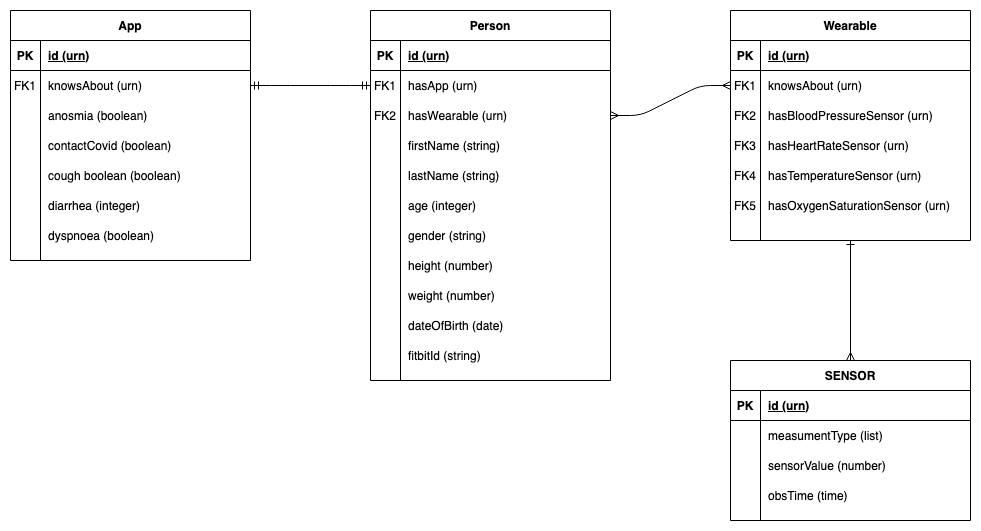
Earlier version of the draw.io export 3rdVersion/DataModelSMACovid19.png (rui-vp-fernandes/SMACovid). Source tidied: cells renumbered, new cells last; positions are measured from the earlier drawing's top-left corner, leaving out a move shared by most shapes.
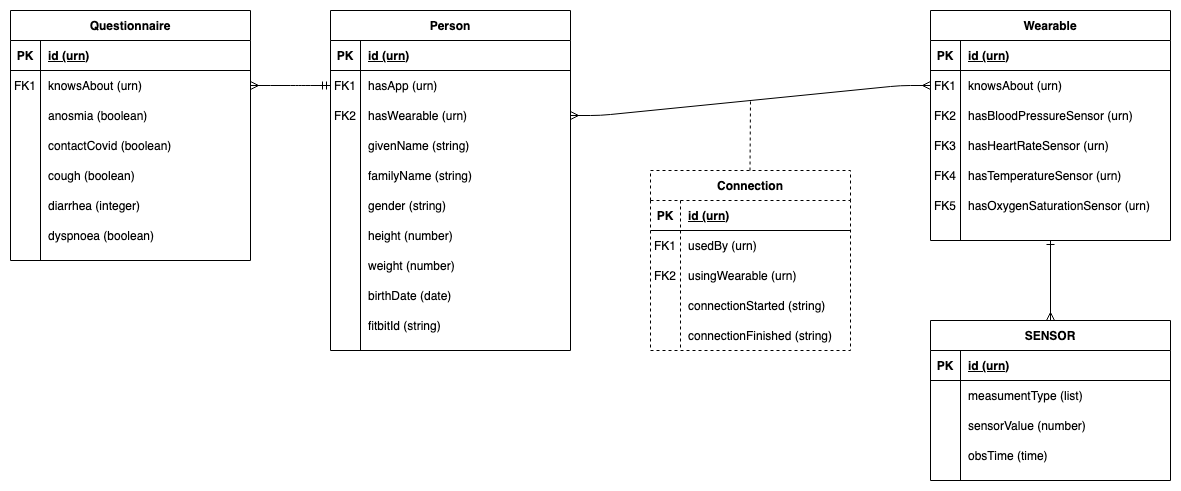
The same diagram one commit later.

Change to the diagram source:
```diff
@@ -2,11 +2,11 @@
   <root>
     <mxCell id="0" />
     <mxCell id="1" parent="0" />
-    <mxCell id="2" style="edgeStyle=entityRelationEdgeStyle;endArrow=ERmandOne;startArrow=ERmandOne;endFill=0;startFill=0;" parent="1" edge="1" source="60" target="7">
+    <mxCell id="2" style="edgeStyle=entityRelationEdgeStyle;endArrow=ERmandOne;startArrow=ERmany;endFill=0;startFill=0;" parent="1" edge="1" source="60" target="7">
       <mxGeometry relative="1" as="geometry" />
     </mxCell>
     <mxCell id="3" value="Person" style="shape=table;startSize=30;rowLines=0;fontStyle=1;align=center;" parent="1" vertex="1">
-      <mxGeometry x="360" width="240" height="370" as="geometry" />
+      <mxGeometry x="200" width="240" height="340" as="geometry" />
     </mxCell>
     <mxCell id="4" style="shape=partialRectangle;fillColor=none;top=0;left=0;right=0;bottom=1;" parent="3" vertex="1">
       <mxGeometry y="30" width="240" height="30" as="geometry" />
@@ -41,7 +41,7 @@
     <mxCell id="14" style="shape=partialRectangle;overflow=hidden;fillColor=none;top=0;left=0;bottom=0;right=0;" parent="13" vertex="1">
       <mxGeometry width="30" height="30" as="geometry" />
     </mxCell>
-    <mxCell id="15" value="firstName (string)" style="shape=partialRectangle;overflow=hidden;fillColor=none;top=0;left=0;bottom=0;right=0;align=left;spacingLeft=6;" parent="13" vertex="1">
+    <mxCell id="15" value="givenName (string)" style="shape=partialRectangle;overflow=hidden;fillColor=none;top=0;left=0;bottom=0;right=0;align=left;spacingLeft=6;" parent="13" vertex="1">
       <mxGeometry x="30" width="210" height="30" as="geometry" />
     </mxCell>
     <mxCell id="16" style="shape=partialRectangle;fillColor=none;top=0;left=0;right=0;bottom=0;" parent="3" vertex="1">
@@ -50,20 +50,11 @@
     <mxCell id="17" style="shape=partialRectangle;overflow=hidden;fillColor=none;top=0;left=0;bottom=0;right=0;" parent="16" vertex="1">
       <mxGeometry width="30" height="30" as="geometry" />
     </mxCell>
-    <mxCell id="18" value="lastName (string)" style="shape=partialRectangle;overflow=hidden;fillColor=none;top=0;left=0;bottom=0;right=0;align=left;spacingLeft=6;" parent="16" vertex="1">
+    <mxCell id="18" value="familyName (string)" style="shape=partialRectangle;overflow=hidden;fillColor=none;top=0;left=0;bottom=0;right=0;align=left;spacingLeft=6;" parent="16" vertex="1">
       <mxGeometry x="30" width="210" height="30" as="geometry" />
     </mxCell>
-    <mxCell id="19" style="shape=partialRectangle;fillColor=none;top=0;left=0;right=0;bottom=0;" parent="3" vertex="1">
-      <mxGeometry y="180" width="240" height="30" as="geometry" />
-    </mxCell>
-    <mxCell id="20" style="shape=partialRectangle;overflow=hidden;fillColor=none;top=0;left=0;bottom=0;right=0;" parent="19" vertex="1">
-      <mxGeometry width="30" height="30" as="geometry" />
-    </mxCell>
-    <mxCell id="21" value="age (integer)" style="shape=partialRectangle;overflow=hidden;fillColor=none;top=0;left=0;bottom=0;right=0;align=left;spacingLeft=6;" parent="19" vertex="1">
-      <mxGeometry x="30" width="210" height="30" as="geometry" />
-    </mxCell>
     <mxCell id="22" style="shape=partialRectangle;fillColor=none;top=0;left=0;right=0;bottom=0;" parent="3" vertex="1">
-      <mxGeometry y="210" width="240" height="30" as="geometry" />
+      <mxGeometry y="180" width="240" height="30" as="geometry" />
     </mxCell>
     <mxCell id="23" style="shape=partialRectangle;overflow=hidden;fillColor=none;top=0;left=0;bottom=0;right=0;" parent="22" vertex="1">
       <mxGeometry width="30" height="30" as="geometry" />
@@ -72,7 +63,7 @@
       <mxGeometry x="30" width="210" height="30" as="geometry" />
     </mxCell>
     <mxCell id="25" style="shape=partialRectangle;fillColor=none;top=0;left=0;right=0;bottom=0;" parent="3" vertex="1">
-      <mxGeometry y="240" width="240" height="30" as="geometry" />
+      <mxGeometry y="210" width="240" height="30" as="geometry" />
     </mxCell>
     <mxCell id="26" style="shape=partialRectangle;overflow=hidden;fillColor=none;top=0;left=0;bottom=0;right=0;" parent="25" vertex="1">
       <mxGeometry width="30" height="30" as="geometry" />
@@ -81,7 +72,7 @@
       <mxGeometry x="30" width="210" height="30" as="geometry" />
     </mxCell>
     <mxCell id="28" style="shape=partialRectangle;fillColor=none;top=0;left=0;right=0;bottom=0;" parent="3" vertex="1">
-      <mxGeometry y="270" width="240" height="30" as="geometry" />
+      <mxGeometry y="240" width="240" height="30" as="geometry" />
     </mxCell>
     <mxCell id="29" style="shape=partialRectangle;overflow=hidden;fillColor=none;top=0;left=0;bottom=0;right=0;" parent="28" vertex="1">
       <mxGeometry width="30" height="30" as="geometry" />
@@ -90,16 +81,16 @@
       <mxGeometry x="30" width="210" height="30" as="geometry" />
     </mxCell>
     <mxCell id="31" style="shape=partialRectangle;fillColor=none;top=0;left=0;right=0;bottom=0;" parent="3" vertex="1">
-      <mxGeometry y="300" width="240" height="30" as="geometry" />
+      <mxGeometry y="270" width="240" height="30" as="geometry" />
     </mxCell>
     <mxCell id="32" style="shape=partialRectangle;overflow=hidden;fillColor=none;top=0;left=0;bottom=0;right=0;" parent="31" vertex="1">
       <mxGeometry width="30" height="30" as="geometry" />
     </mxCell>
-    <mxCell id="33" value="dateOfBirth (date)" style="shape=partialRectangle;overflow=hidden;fillColor=none;top=0;left=0;bottom=0;right=0;align=left;spacingLeft=6;" parent="31" vertex="1">
+    <mxCell id="33" value="birthDate (date)" style="shape=partialRectangle;overflow=hidden;fillColor=none;top=0;left=0;bottom=0;right=0;align=left;spacingLeft=6;" parent="31" vertex="1">
       <mxGeometry x="30" width="210" height="30" as="geometry" />
     </mxCell>
     <mxCell id="34" style="shape=partialRectangle;fillColor=none;top=0;left=0;right=0;bottom=0;" parent="3" vertex="1">
-      <mxGeometry y="330" width="240" height="30" as="geometry" />
+      <mxGeometry y="300" width="240" height="30" as="geometry" />
     </mxCell>
     <mxCell id="35" style="shape=partialRectangle;overflow=hidden;fillColor=none;top=0;left=0;bottom=0;right=0;" parent="34" vertex="1">
       <mxGeometry width="30" height="30" as="geometry" />
@@ -108,7 +99,7 @@
       <mxGeometry x="30" width="210" height="30" as="geometry" />
     </mxCell>
     <mxCell id="37" value="Wearable" style="shape=table;startSize=30;rowLines=0;fontStyle=1;align=center;" parent="1" vertex="1">
-      <mxGeometry x="720" width="240" height="230" as="geometry" />
+      <mxGeometry x="800" width="240" height="230" as="geometry" />
     </mxCell>
     <mxCell id="38" style="shape=partialRectangle;fillColor=none;top=0;left=0;right=0;bottom=1;" parent="37" vertex="1">
       <mxGeometry y="30" width="240" height="30" as="geometry" />
@@ -164,8 +155,8 @@
     <mxCell id="55" value="hasOxygenSaturationSensor (urn)" style="shape=partialRectangle;overflow=hidden;fillColor=none;top=0;left=0;bottom=0;right=0;align=left;spacingLeft=6;" parent="53" vertex="1">
       <mxGeometry x="30" width="210" height="30" as="geometry" />
     </mxCell>
-    <mxCell id="56" value="App" style="shape=table;startSize=30;rowLines=0;fontStyle=1;align=center;" parent="1" vertex="1">
-      <mxGeometry width="240" height="250" as="geometry" />
+    <mxCell id="56" value="Questionnaire" style="shape=table;startSize=30;rowLines=0;fontStyle=1;align=center;" parent="1" vertex="1">
+      <mxGeometry x="-120" width="240" height="250" as="geometry" />
     </mxCell>
     <mxCell id="57" style="shape=partialRectangle;fillColor=none;top=0;left=0;right=0;bottom=1;" parent="56" vertex="1">
       <mxGeometry y="30" width="240" height="30" as="geometry" />
@@ -209,7 +200,7 @@
     <mxCell id="70" style="shape=partialRectangle;overflow=hidden;fillColor=none;top=0;left=0;bottom=0;right=0;" parent="69" vertex="1">
       <mxGeometry width="30" height="30" as="geometry" />
     </mxCell>
-    <mxCell id="71" value="cough boolean (boolean)" style="shape=partialRectangle;overflow=hidden;fillColor=none;top=0;left=0;bottom=0;right=0;align=left;spacingLeft=6;" parent="69" vertex="1">
+    <mxCell id="71" value="cough (boolean)" style="shape=partialRectangle;overflow=hidden;fillColor=none;top=0;left=0;bottom=0;right=0;align=left;spacingLeft=6;" parent="69" vertex="1">
       <mxGeometry x="30" width="210" height="30" as="geometry" />
     </mxCell>
     <mxCell id="72" style="shape=partialRectangle;fillColor=none;top=0;left=0;right=0;bottom=0;" parent="56" vertex="1">
@@ -231,7 +222,7 @@
       <mxGeometry x="30" width="210" height="30" as="geometry" />
     </mxCell>
     <mxCell id="78" value="SENSOR" style="shape=table;startSize=30;rowLines=0;fontStyle=1;align=center;" parent="1" vertex="1">
-      <mxGeometry x="720" y="350" width="240" height="160" as="geometry" />
+      <mxGeometry x="800" y="310" width="240" height="160" as="geometry" />
     </mxCell>
     <mxCell id="79" style="shape=partialRectangle;fillColor=none;top=0;left=0;right=0;bottom=1;" parent="78" vertex="1">
       <mxGeometry y="30" width="240" height="30" as="geometry" />
@@ -275,5 +266,59 @@
     <mxCell id="92" style="endArrow=ERone;html=1;entryX=0.5;entryY=1;entryDx=0;entryDy=0;exitX=0.5;exitY=0;exitDx=0;exitDy=0;startArrow=ERmany;startFill=0;endFill=0;" parent="1" edge="1" source="78" target="37">
       <mxGeometry relative="1" as="geometry" />
     </mxCell>
+    <mxCell id="93" value="Connection" style="shape=table;startSize=30;rowLines=0;fontStyle=1;align=center;dashed=1;" parent="1" vertex="1">
+      <mxGeometry x="520" y="160" width="200" height="180" as="geometry" />
+    </mxCell>
+    <mxCell id="94" style="shape=partialRectangle;fillColor=none;top=0;left=0;right=0;bottom=1;" parent="93" vertex="1">
+      <mxGeometry y="30" width="200" height="30" as="geometry" />
+    </mxCell>
+    <mxCell id="95" value="PK" style="shape=partialRectangle;overflow=hidden;fillColor=none;top=0;left=0;bottom=0;right=0;fontStyle=1;" parent="94" vertex="1">
+      <mxGeometry width="30" height="30" as="geometry" />
+    </mxCell>
+    <mxCell id="96" value="id (urn)" style="shape=partialRectangle;overflow=hidden;fillColor=none;top=0;left=0;bottom=0;right=0;align=left;spacingLeft=6;fontStyle=5;" parent="94" vertex="1">
+      <mxGeometry x="30" width="170" height="30" as="geometry" />
+    </mxCell>
+    <mxCell id="97" style="shape=partialRectangle;fillColor=none;top=0;left=0;right=0;bottom=0;" parent="93" vertex="1">
+      <mxGeometry y="60" width="200" height="30" as="geometry" />
+    </mxCell>
+    <mxCell id="98" value="FK1" style="shape=partialRectangle;overflow=hidden;fillColor=none;top=0;left=0;bottom=0;right=0;" parent="97" vertex="1">
+      <mxGeometry width="30" height="30" as="geometry" />
+    </mxCell>
+    <mxCell id="99" value="usedBy (urn)" style="shape=partialRectangle;overflow=hidden;fillColor=none;top=0;left=0;bottom=0;right=0;align=left;spacingLeft=6;" parent="97" vertex="1">
+      <mxGeometry x="30" width="170" height="30" as="geometry" />
+    </mxCell>
+    <mxCell id="100" style="shape=partialRectangle;fillColor=none;top=0;left=0;right=0;bottom=0;" parent="93" vertex="1">
+      <mxGeometry y="90" width="200" height="30" as="geometry" />
+    </mxCell>
+    <mxCell id="101" value="FK2" style="shape=partialRectangle;overflow=hidden;fillColor=none;top=0;left=0;bottom=0;right=0;" parent="100" vertex="1">
+      <mxGeometry width="30" height="30" as="geometry" />
+    </mxCell>
+    <mxCell id="102" value="usingWearable (urn)" style="shape=partialRectangle;overflow=hidden;fillColor=none;top=0;left=0;bottom=0;right=0;align=left;spacingLeft=6;" parent="100" vertex="1">
+      <mxGeometry x="30" width="170" height="30" as="geometry" />
+    </mxCell>
+    <mxCell id="103" style="shape=partialRectangle;fillColor=none;top=0;left=0;right=0;bottom=0;" parent="93" vertex="1">
+      <mxGeometry y="120" width="200" height="30" as="geometry" />
+    </mxCell>
+    <mxCell id="104" style="shape=partialRectangle;overflow=hidden;fillColor=none;top=0;left=0;bottom=0;right=0;" parent="103" vertex="1">
+      <mxGeometry width="30" height="30" as="geometry" />
+    </mxCell>
+    <mxCell id="105" value="connectionStarted (string)" style="shape=partialRectangle;overflow=hidden;fillColor=none;top=0;left=0;bottom=0;right=0;align=left;spacingLeft=6;" parent="103" vertex="1">
+      <mxGeometry x="30" width="170" height="30" as="geometry" />
+    </mxCell>
+    <mxCell id="106" style="shape=partialRectangle;fillColor=none;top=0;left=0;right=0;bottom=0;" parent="93" vertex="1">
+      <mxGeometry y="150" width="200" height="30" as="geometry" />
+    </mxCell>
+    <mxCell id="107" style="shape=partialRectangle;overflow=hidden;fillColor=none;top=0;left=0;bottom=0;right=0;" parent="106" vertex="1">
+      <mxGeometry width="30" height="30" as="geometry" />
+    </mxCell>
+    <mxCell id="108" value="connectionFinished (string)" style="shape=partialRectangle;overflow=hidden;fillColor=none;top=0;left=0;bottom=0;right=0;align=left;spacingLeft=6;" parent="106" vertex="1">
+      <mxGeometry x="30" width="170" height="30" as="geometry" />
+    </mxCell>
+    <mxCell id="109" style="endArrow=none;html=1;exitX=0.5;exitY=0;exitDx=0;exitDy=0;startArrow=none;startFill=0;endFill=0;dashed=1;" parent="1" edge="1">
+      <mxGeometry relative="1" as="geometry">
+        <mxPoint x="619.5" y="160" as="sourcePoint" />
+        <mxPoint x="620" y="90" as="targetPoint" />
+      </mxGeometry>
+    </mxCell>
   </root>
 </mxGraphModel>
```
